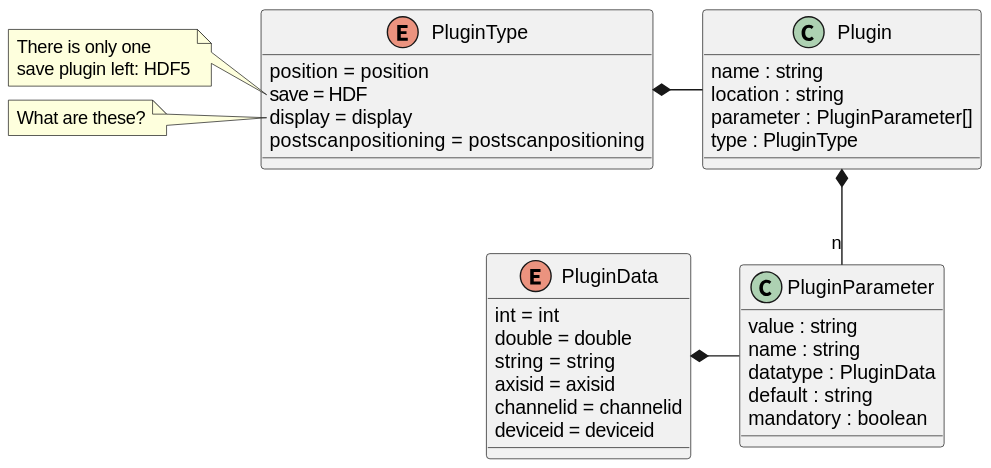
Earlier version of the PlantUML export docs/uml/evedata.scml.plugin.svg (tillbiskup/evedata). The source it was exported from:
```plantuml
@startuml


class Plugin {
     name : string
     location : string
     parameter : PluginParameter[]
     type : PluginType
}

Plugin *-- "n" PluginParameter
PluginType *- Plugin

enum PluginType {
    position = position
    save = HDF
    display = display
    postscanpositioning = postscanpositioning
}
note left of PluginType::save
    There is only one
    save plugin left: HDF5
end note
note left of PluginType::display
    What are these?
end note

enum PluginData {
    int = int
    double = double
    string = string
    axisid = axisid
    channelid = channelid
    deviceid = deviceid
}

class PluginParameter {
     value : string
     name : string
     datatype : PluginData
     default : string
     mandatory : boolean
}
PluginData *- PluginParameter
@enduml
```
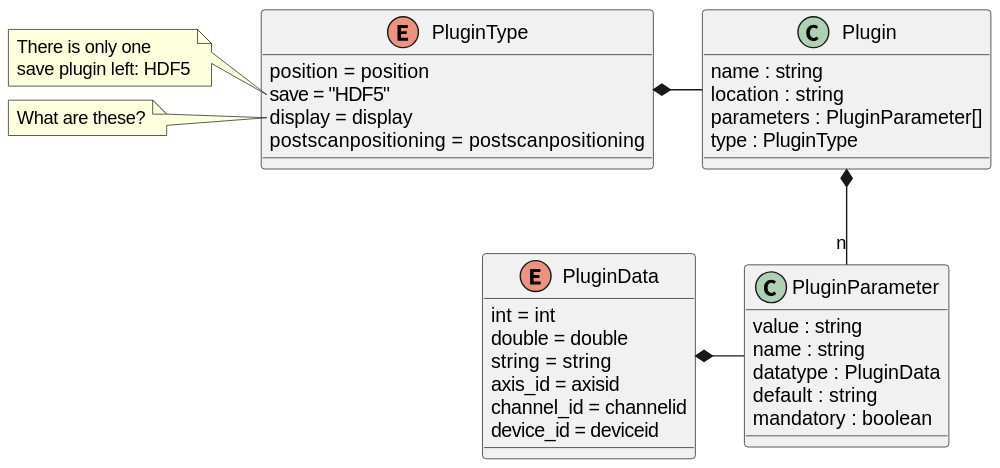
After the change.

What changed in the source:
```diff
@@ -4,7 +4,7 @@
 class Plugin {
      name : string
      location : string
-     parameter : PluginParameter[]
+     parameters : PluginParameter[]
      type : PluginType
 }
 
@@ -13,7 +13,7 @@
 
 enum PluginType {
     position = position
-    save = HDF
+    save = "HDF5"
     display = display
     postscanpositioning = postscanpositioning
 }
@@ -29,9 +29,9 @@
     int = int
     double = double
     string = string
-    axisid = axisid
-    channelid = channelid
-    deviceid = deviceid
+    axis_id = axisid
+    channel_id = channelid
+    device_id = deviceid
 }
 
 class PluginParameter {
```
